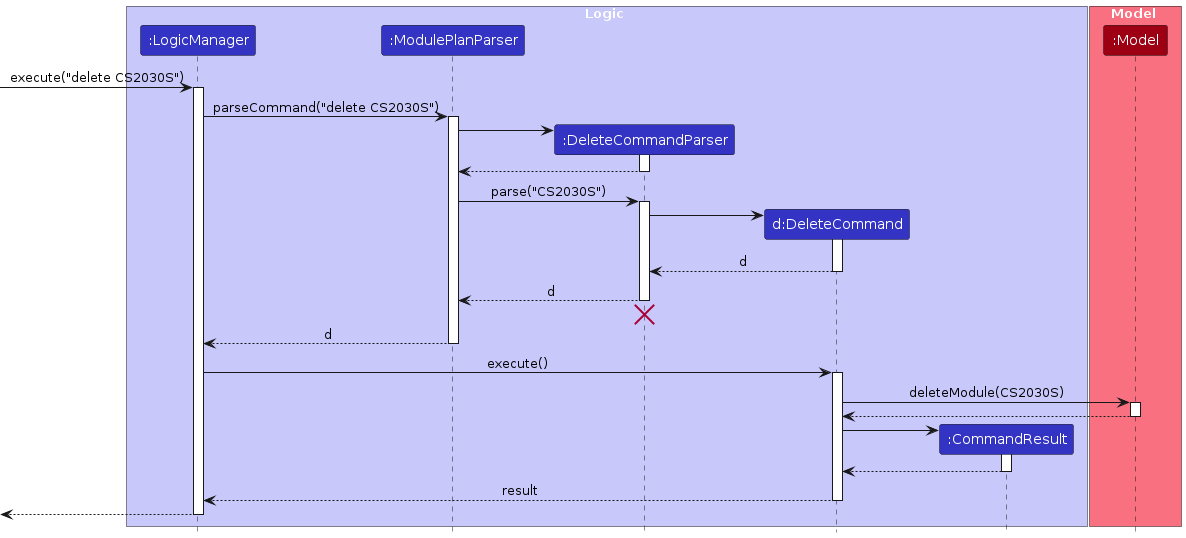
Above: diagrams/DeleteSequenceDiagram.png in AY2324S1-CS2103T-T13-0/tp (PlantUML), before the change. Its source is kept beside it as diagrams/DeleteSequenceDiagram.puml. Its diagram source:
```plantuml
@startuml
!include style.puml
skinparam ArrowFontStyle plain

box Logic LOGIC_COLOR_T1
participant ":LogicManager" as LogicManager LOGIC_COLOR
participant ":ModulePlanParser" as ModulePlanParser LOGIC_COLOR
participant ":DeleteCommandParser" as DeleteCommandParser LOGIC_COLOR
participant "d:DeleteCommand" as DeleteCommand LOGIC_COLOR
participant ":CommandResult" as CommandResult LOGIC_COLOR
end box

box Model MODEL_COLOR_T1
participant ":Model" as Model MODEL_COLOR
end box

[-> LogicManager : execute("delete CS2030S")
activate LogicManager

LogicManager -> ModulePlanParser : parseCommand("delete CS2030S")
activate ModulePlanParser

create DeleteCommandParser
ModulePlanParser -> DeleteCommandParser
activate DeleteCommandParser

DeleteCommandParser --> ModulePlanParser
deactivate DeleteCommandParser

ModulePlanParser -> DeleteCommandParser : parse("CS2030S")
activate DeleteCommandParser

create DeleteCommand
DeleteCommandParser -> DeleteCommand
activate DeleteCommand

DeleteCommand --> DeleteCommandParser : d
deactivate DeleteCommand

DeleteCommandParser --> ModulePlanParser : d
deactivate DeleteCommandParser
DeleteCommandParser -[hidden]-> ModulePlanParser
destroy DeleteCommandParser

ModulePlanParser --> LogicManager : d
deactivate ModulePlanParser

LogicManager -> DeleteCommand : execute()
activate DeleteCommand

DeleteCommand -> Model : deleteModule(CS2030S)
activate Model

Model --> DeleteCommand
deactivate Model

create CommandResult
DeleteCommand -> CommandResult
activate CommandResult

CommandResult --> DeleteCommand
deactivate CommandResult

DeleteCommand --> LogicManager : result
deactivate DeleteCommand

[<--LogicManager
deactivate LogicManager
@enduml
```
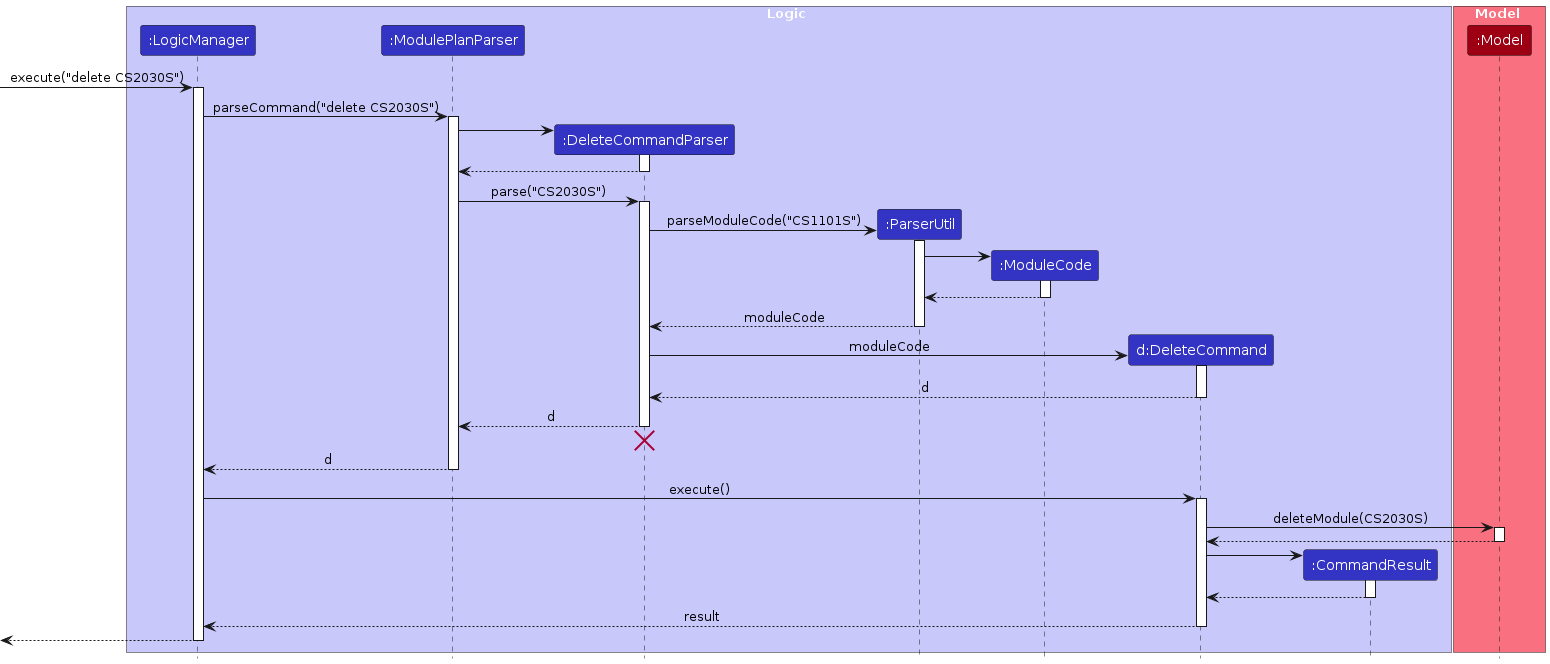
Above is the later version.

The edit, as a diff of the source:
```diff
@@ -6,6 +6,8 @@
 participant ":LogicManager" as LogicManager LOGIC_COLOR
 participant ":ModulePlanParser" as ModulePlanParser LOGIC_COLOR
 participant ":DeleteCommandParser" as DeleteCommandParser LOGIC_COLOR
+participant ":ParserUtil" as ParserUtil LOGIC_COLOR
+participant ":ModuleCode" as ModuleCode LOGIC_COLOR
 participant "d:DeleteCommand" as DeleteCommand LOGIC_COLOR
 participant ":CommandResult" as CommandResult LOGIC_COLOR
 end box
@@ -30,8 +32,22 @@
 ModulePlanParser -> DeleteCommandParser : parse("CS2030S")
 activate DeleteCommandParser
 
+
+create ParserUtil
+DeleteCommandParser -> ParserUtil : parseModuleCode("CS1101S")
+activate ParserUtil
+
+create ModuleCode
+ParserUtil -> ModuleCode
+activate ModuleCode
+ModuleCode --> ParserUtil
+deactivate ModuleCode
+
+ParserUtil --> DeleteCommandParser : moduleCode
+deactivate ParserUtil
+
 create DeleteCommand
-DeleteCommandParser -> DeleteCommand
+DeleteCommandParser -> DeleteCommand : moduleCode
 activate DeleteCommand
 
 DeleteCommand --> DeleteCommandParser : d
```
